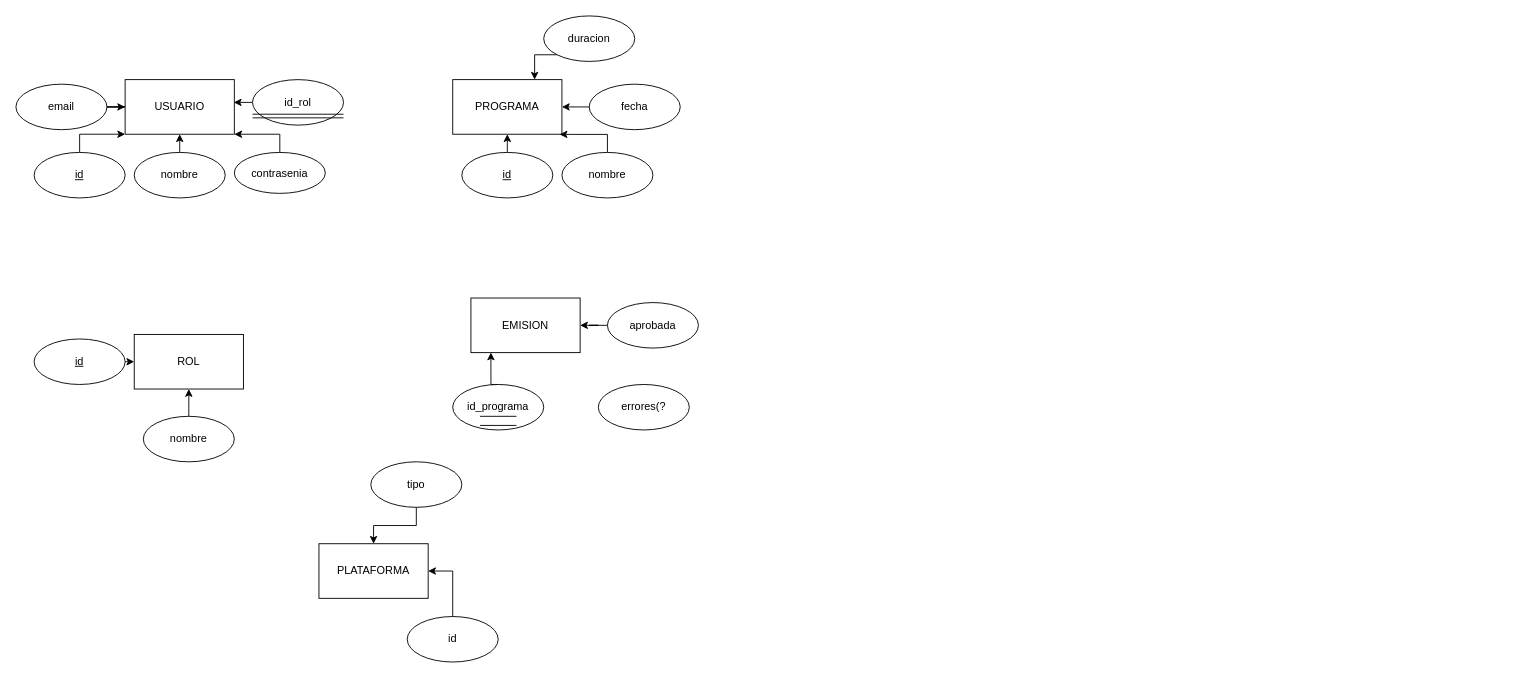
This is DER Softlution & RO.drawio from chispamaya/Proyecto-Interdisciplinario-Medios-Audiovisuales-, a draw.io file, before an edit. Source tidied: cells renumbered, new cells numbered last; positions are measured from the earlier drawing's top-left corner, leaving out a move shared by most shapes. Both pictures are drawn from the tidied source at 91%, with x=0, y=0 at pixel (15, 15).
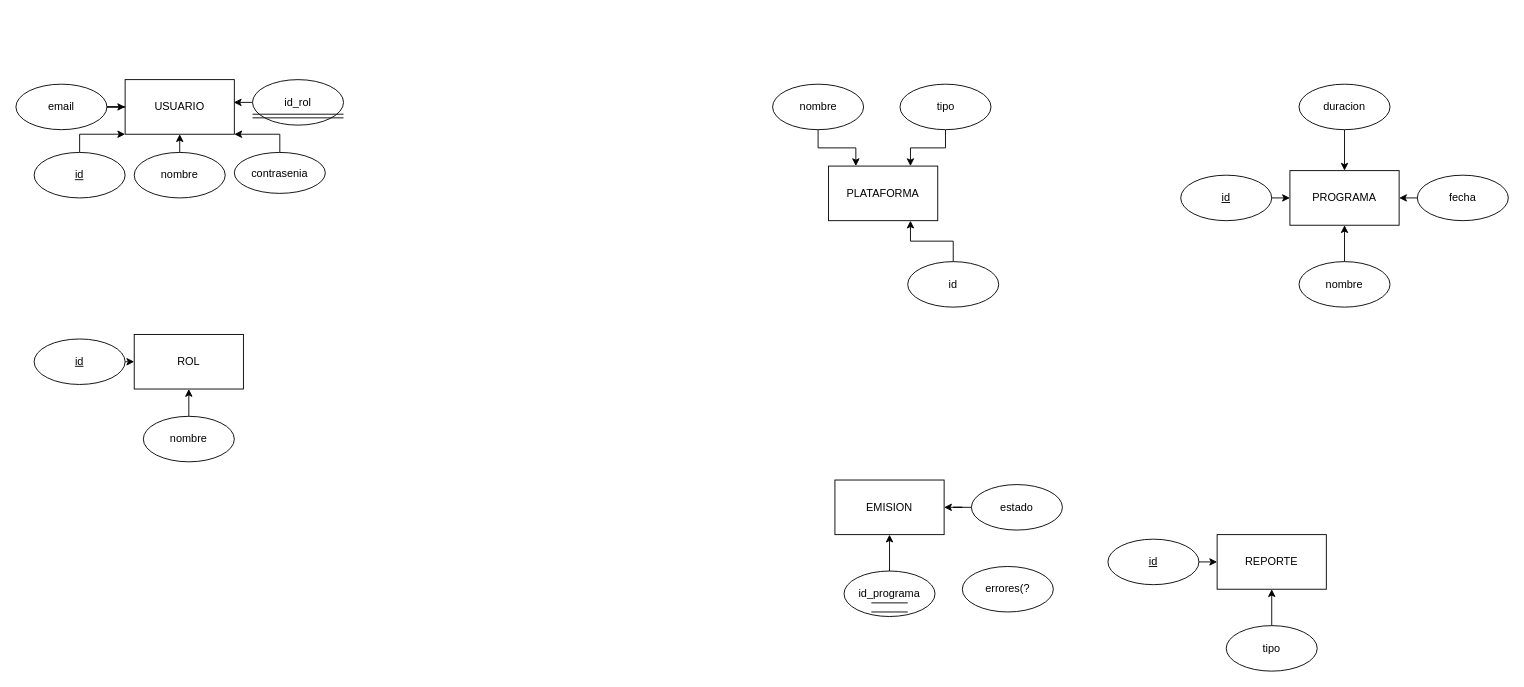
The same diagram, later.

Diff of the diagram source:
```diff
@@
     <mxCell id="19" value="PROGRAMA" style="rounded=0;whiteSpace=wrap;html=1;" parent="1" vertex="1">
-      <mxGeometry x="480" y="70" width="120" height="60" as="geometry" />
+      <mxGeometry x="1400" y="170" width="120" height="60" as="geometry" />
     </mxCell>
-    <mxCell id="20" style="edgeStyle=orthogonalEdgeStyle;rounded=0;jettySize=auto;html=1;exitX=0.5;exitY=0;exitDx=0;exitDy=0;entryX=0.5;entryY=1;entryDx=0;entryDy=0;" parent="1" edge="1" source="21" target="19">
+    <mxCell id="20" style="edgeStyle=orthogonalEdgeStyle;rounded=0;jettySize=auto;html=1;exitX=1;exitY=0.5;exitDx=0;exitDy=0;entryX=0;entryY=0.5;entryDx=0;entryDy=0;" parent="1" edge="1" source="21" target="19">
       <mxGeometry relative="1" as="geometry" />
     </mxCell>
     <mxCell id="21" value="&lt;u&gt;id&lt;/u&gt;" style="ellipse;whiteSpace=wrap;html=1;" parent="1" vertex="1">
-      <mxGeometry x="490" y="150" width="100" height="50" as="geometry" />
+      <mxGeometry x="1280" y="175" width="100" height="50" as="geometry" />
     </mxCell>
-    <mxCell id="22" style="edgeStyle=orthogonalEdgeStyle;rounded=0;jettySize=auto;html=1;exitX=0.5;exitY=0;exitDx=0;exitDy=0;entryX=0.979;entryY=1.003;entryDx=0;entryDy=0;entryPerimeter=0;" parent="1" edge="1" source="23" target="19">
-      <mxGeometry relative="1" as="geometry">
-        <Array as="points">
-          <mxPoint x="650" y="130" />
-        </Array>
-      </mxGeometry>
+    <mxCell id="22" style="edgeStyle=orthogonalEdgeStyle;rounded=0;jettySize=auto;html=1;exitX=0.5;exitY=0;exitDx=0;exitDy=0;" parent="1" edge="1" source="23" target="19">
+      <mxGeometry relative="1" as="geometry" />
     </mxCell>
     <mxCell id="23" value="nombre" style="ellipse;whiteSpace=wrap;html=1;" parent="1" vertex="1">
-      <mxGeometry x="600" y="150" width="100" height="50" as="geometry" />
+      <mxGeometry x="1410" y="270" width="100" height="50" as="geometry" />
     </mxCell>
@@
     <mxCell id="25" value="fecha" style="ellipse;whiteSpace=wrap;html=1;" parent="1" vertex="1">
-      <mxGeometry x="630" y="75" width="100" height="50" as="geometry" />
+      <mxGeometry x="1540" y="175" width="100" height="50" as="geometry" />
     </mxCell>
-    <mxCell id="26" style="edgeStyle=orthogonalEdgeStyle;rounded=0;jettySize=auto;html=1;exitX=0;exitY=1;exitDx=0;exitDy=0;entryX=0.75;entryY=0;entryDx=0;entryDy=0;" parent="1" edge="1" source="27" target="19">
+    <mxCell id="26" style="edgeStyle=orthogonalEdgeStyle;rounded=0;jettySize=auto;html=1;exitX=0.5;exitY=1;exitDx=0;exitDy=0;entryX=0.5;entryY=0;entryDx=0;entryDy=0;" parent="1" edge="1" source="27" target="19">
       <mxGeometry relative="1" as="geometry" />
     </mxCell>
     <mxCell id="27" value="duracion" style="ellipse;whiteSpace=wrap;html=1;" parent="1" vertex="1">
-      <mxGeometry x="580" width="100" height="50" as="geometry" />
+      <mxGeometry x="1410" y="75" width="100" height="50" as="geometry" />
     </mxCell>
     <mxCell id="28" value="EMISION" style="rounded=0;whiteSpace=wrap;html=1;" parent="1" vertex="1">
-      <mxGeometry x="500" y="310" width="120" height="60" as="geometry" />
+      <mxGeometry x="900" y="510" width="120" height="60" as="geometry" />
     </mxCell>
@@
-    <mxCell id="30" value="aprobada" style="ellipse;whiteSpace=wrap;html=1;" parent="1" vertex="1">
-      <mxGeometry x="650" y="315" width="100" height="50" as="geometry" />
+    <mxCell id="30" value="estado" style="ellipse;whiteSpace=wrap;html=1;" parent="1" vertex="1">
+      <mxGeometry x="1050" y="515" width="100" height="50" as="geometry" />
     </mxCell>
-    <mxCell id="31" style="edgeStyle=orthogonalEdgeStyle;rounded=0;jettySize=auto;html=1;exitX=0.5;exitY=0;exitDx=0;exitDy=0;entryX=0.183;entryY=0.998;entryDx=0;entryDy=0;entryPerimeter=0;" parent="1" edge="1" source="32" target="28">
+    <mxCell id="31" style="edgeStyle=orthogonalEdgeStyle;rounded=0;jettySize=auto;html=1;exitX=0.5;exitY=0;exitDx=0;exitDy=0;entryX=0.5;entryY=1;entryDx=0;entryDy=0;" parent="1" edge="1" source="32" target="28">
       <mxGeometry relative="1" as="geometry" />
     </mxCell>
     <mxCell id="32" value="id_programa" style="ellipse;whiteSpace=wrap;html=1;" parent="1" vertex="1">
-      <mxGeometry x="480" y="405" width="100" height="50" as="geometry" />
+      <mxGeometry x="910" y="610" width="100" height="50" as="geometry" />
     </mxCell>
     <mxCell id="33" style="endArrow=none;html=1;rounded=0;" parent="1" edge="1">
       <mxGeometry relative="1" as="geometry">
-        <mxPoint x="510" y="440" as="sourcePoint" />
-        <mxPoint x="550" y="440" as="targetPoint" />
+        <mxPoint x="940" y="645" as="sourcePoint" />
+        <mxPoint x="980" y="645" as="targetPoint" />
       </mxGeometry>
     </mxCell>
     <mxCell id="34" style="endArrow=none;html=1;rounded=0;" parent="1" edge="1">
       <mxGeometry relative="1" as="geometry">
-        <mxPoint x="510" y="450" as="sourcePoint" />
-        <mxPoint x="550" y="450" as="targetPoint" />
+        <mxPoint x="940" y="655" as="sourcePoint" />
+        <mxPoint x="980" y="655" as="targetPoint" />
       </mxGeometry>
     </mxCell>
     <mxCell id="35" value="errores(?" style="ellipse;whiteSpace=wrap;html=1;" parent="1" vertex="1">
-      <mxGeometry x="640" y="405" width="100" height="50" as="geometry" />
+      <mxGeometry x="1040" y="605" width="100" height="50" as="geometry" />
     </mxCell>
     <mxCell id="36" value="PLATAFORMA" style="rounded=0;whiteSpace=wrap;html=1;" parent="1" vertex="1">
-      <mxGeometry x="333" y="580" width="120" height="60" as="geometry" />
+      <mxGeometry x="893" y="165" width="120" height="60" as="geometry" />
     </mxCell>
-    <mxCell id="37" style="edgeStyle=orthogonalEdgeStyle;rounded=0;jettySize=auto;html=1;exitX=0.5;exitY=0;exitDx=0;exitDy=0;entryX=1;entryY=0.5;entryDx=0;entryDy=0;" parent="1" edge="1" source="38" target="36">
+    <mxCell id="37" style="edgeStyle=orthogonalEdgeStyle;rounded=0;jettySize=auto;html=1;exitX=0.5;exitY=0;exitDx=0;exitDy=0;entryX=0.75;entryY=1;entryDx=0;entryDy=0;" parent="1" edge="1" source="38" target="36">
       <mxGeometry relative="1" as="geometry" />
     </mxCell>
     <mxCell id="38" value="id" style="ellipse;whiteSpace=wrap;html=1;" parent="1" vertex="1">
-      <mxGeometry x="430" y="660" width="100" height="50" as="geometry" />
+      <mxGeometry x="980" y="270" width="100" height="50" as="geometry" />
     </mxCell>
-    <mxCell id="39" style="edgeStyle=orthogonalEdgeStyle;rounded=0;jettySize=auto;html=1;exitX=0.5;exitY=1;exitDx=0;exitDy=0;entryX=0.5;entryY=0;entryDx=0;entryDy=0;" parent="1" edge="1" source="40" target="36">
+    <mxCell id="39" style="edgeStyle=orthogonalEdgeStyle;rounded=0;jettySize=auto;html=1;exitX=0.5;exitY=1;exitDx=0;exitDy=0;entryX=0.75;entryY=0;entryDx=0;entryDy=0;" parent="1" edge="1" source="40" target="36">
       <mxGeometry relative="1" as="geometry" />
     </mxCell>
     <mxCell id="40" value="tipo" style="ellipse;whiteSpace=wrap;html=1;" parent="1" vertex="1">
-      <mxGeometry x="390" y="490" width="100" height="50" as="geometry" />
+      <mxGeometry x="971.5" y="75" width="100" height="50" as="geometry" />
     </mxCell>
+    <mxCell id="41" style="edgeStyle=orthogonalEdgeStyle;rounded=0;jettySize=auto;html=1;exitX=0.5;exitY=1;exitDx=0;exitDy=0;entryX=0.25;entryY=0;entryDx=0;entryDy=0;" parent="1" edge="1" source="42" target="36">
+      <mxGeometry relative="1" as="geometry" />
+    </mxCell>
+    <mxCell id="42" value="nombre" style="ellipse;whiteSpace=wrap;html=1;" parent="1" vertex="1">
+      <mxGeometry x="831.5" y="75" width="100" height="50" as="geometry" />
+    </mxCell>
+    <mxCell id="43" value="REPORTE" style="rounded=0;whiteSpace=wrap;html=1;" parent="1" vertex="1">
+      <mxGeometry x="1320" y="570" width="120" height="60" as="geometry" />
+    </mxCell>
+    <mxCell id="44" style="edgeStyle=orthogonalEdgeStyle;rounded=0;jettySize=auto;html=1;exitX=1;exitY=0.5;exitDx=0;exitDy=0;entryX=0;entryY=0.5;entryDx=0;entryDy=0;" parent="1" edge="1" source="45" target="43">
+      <mxGeometry relative="1" as="geometry" />
+    </mxCell>
+    <mxCell id="45" value="&lt;u&gt;id&lt;/u&gt;" style="ellipse;whiteSpace=wrap;html=1;" parent="1" vertex="1">
+      <mxGeometry x="1200" y="575" width="100" height="50" as="geometry" />
+    </mxCell>
+    <mxCell id="46" style="edgeStyle=orthogonalEdgeStyle;rounded=0;jettySize=auto;html=1;exitX=0.5;exitY=0;exitDx=0;exitDy=0;entryX=0.5;entryY=1;entryDx=0;entryDy=0;" parent="1" edge="1" source="47" target="43">
+      <mxGeometry relative="1" as="geometry" />
+    </mxCell>
+    <mxCell id="47" value="tipo" style="ellipse;whiteSpace=wrap;html=1;" parent="1" vertex="1">
+      <mxGeometry x="1330" y="670" width="100" height="50" as="geometry" />
+    </mxCell>
```
